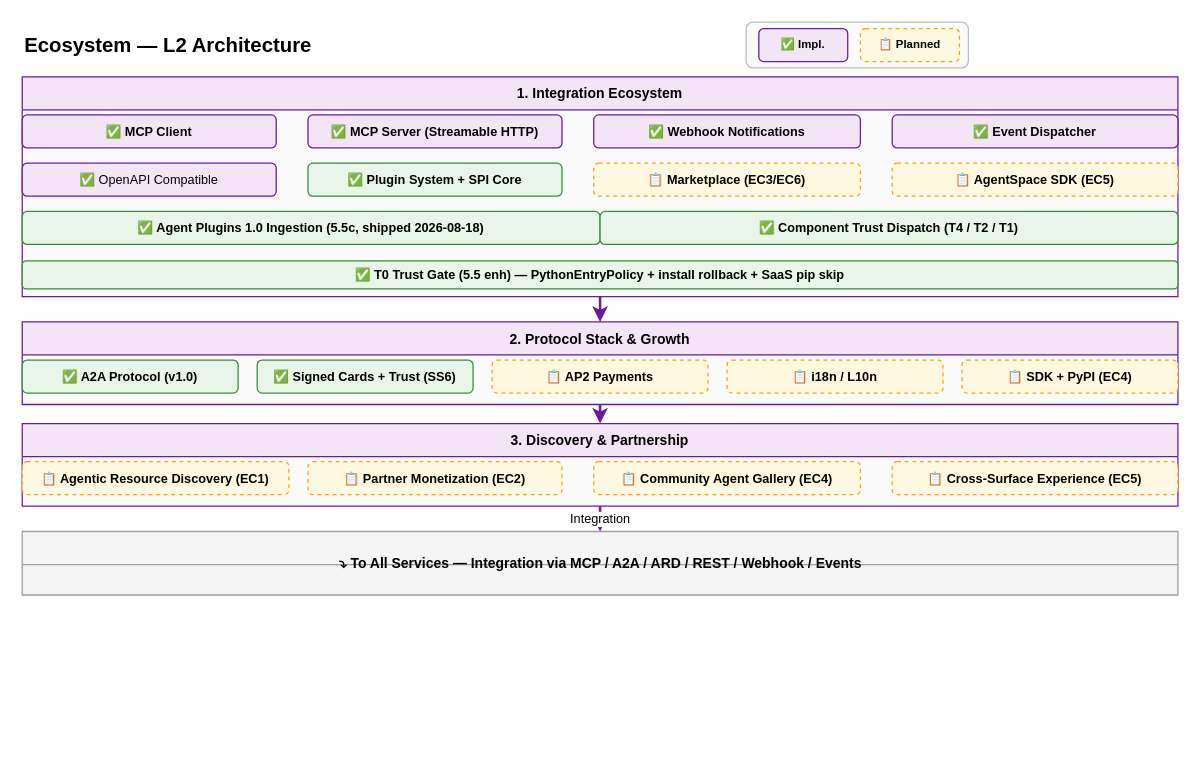
Above: docs/design/hardware/ecosystem-l2.drawio in xueyufish/hecate (draw.io), before the change. Source tidied: cells renumbered, new cells numbered last; positions are measured from the earlier drawing's top-left corner, leaving out a move shared by most shapes. Both pictures are drawn from the tidied source at 127%, with x=0, y=0 at pixel (22, 22).
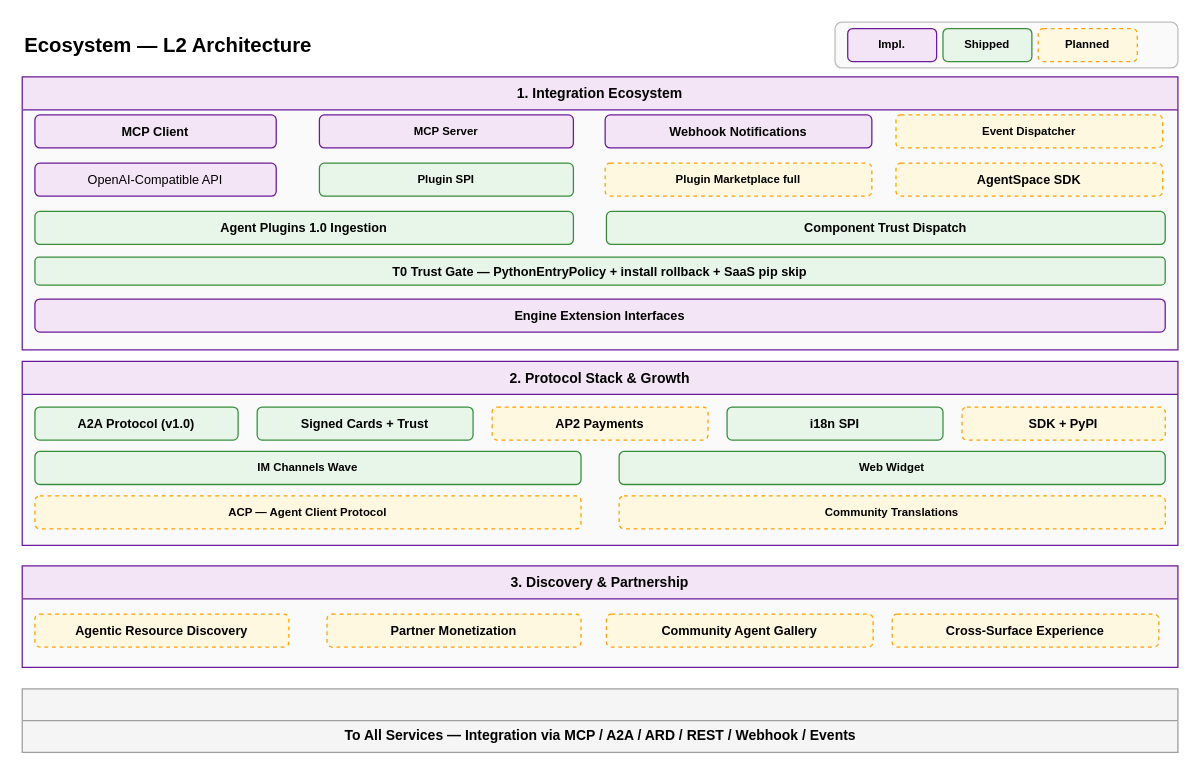
Above is the later version.

What changed in the source:
```diff
@@
     <mxCell id="2" style="rounded=1;whiteSpace=wrap;html=1;fillColor=#FAFAFA;strokeColor=#BDBDBD;strokeWidth=1;" parent="1" vertex="1">
-      <mxGeometry x="570" width="175" height="36" as="geometry" />
+      <mxGeometry x="640" width="270" height="36" as="geometry" />
     </mxCell>
-    <mxCell id="3" value="✅ Impl." style="rounded=1;whiteSpace=wrap;html=1;fillColor=#F3E5F5;strokeColor=#6A1B9A;fontSize=9;fontStyle=1;" parent="1" vertex="1">
-      <mxGeometry x="580" y="5" width="70" height="26" as="geometry" />
+    <mxCell id="3" value="Impl." style="rounded=1;whiteSpace=wrap;html=1;fillColor=#F3E5F5;strokeColor=#6A1B9A;fontSize=9;fontStyle=1;" parent="1" vertex="1">
+      <mxGeometry x="650" y="5" width="70" height="26" as="geometry" />
     </mxCell>
+    <mxCell id="34" value="Shipped" style="rounded=1;whiteSpace=wrap;html=1;fillColor=#E8F5E9;strokeColor=#388E3C;fontSize=9;fontStyle=1;" parent="1" vertex="1">
+      <mxGeometry x="725" y="5" width="70" height="26" as="geometry" />
+    </mxCell>
-    <mxCell id="4" value="📋 Planned" style="rounded=1;whiteSpace=wrap;html=1;fillColor=#FFF8E1;strokeColor=#FFA000;fontSize=9;fontStyle=1;dashed=1;" parent="1" vertex="1">
-      <mxGeometry x="660" y="5" width="78" height="26" as="geometry" />
+    <mxCell id="4" value="Planned" style="rounded=1;whiteSpace=wrap;html=1;fillColor=#FFF8E1;strokeColor=#FFA000;fontSize=9;fontStyle=1;dashed=1;" parent="1" vertex="1">
+      <mxGeometry x="800" y="5" width="78" height="26" as="geometry" />
     </mxCell>
@@
     <mxCell id="6" value="1. Integration Ecosystem" style="swimlane;startSize=26;fillColor=#F3E5F5;strokeColor=#6A1B9A;fontSize=11;fontStyle=1;swimlaneFillColor=#FAFAFA;" parent="1" vertex="1">
-      <mxGeometry y="43" width="910" height="173" as="geometry" />
+      <mxGeometry y="43" width="910" height="215" as="geometry" />
     </mxCell>
-    <mxCell id="7" value="✅ MCP Client" style="rounded=1;whiteSpace=wrap;html=1;fillColor=#F3E5F5;strokeColor=#6A1B9A;fontSize=10;fontStyle=1;" parent="6" vertex="1">
-      <mxGeometry y="30" width="200" height="26" as="geometry" />
+    <mxCell id="7" value="MCP Client" style="rounded=1;whiteSpace=wrap;html=1;fillColor=#F3E5F5;strokeColor=#6A1B9A;fontSize=10;fontStyle=1;" parent="6" vertex="1">
+      <mxGeometry x="10" y="30" width="190" height="26" as="geometry" />
     </mxCell>
-    <mxCell id="8" value="✅ MCP Server (Streamable HTTP)" style="rounded=1;whiteSpace=wrap;html=1;fillColor=#F3E5F5;strokeColor=#6A1B9A;fontSize=10;fontStyle=1;" parent="6" vertex="1">
-      <mxGeometry x="225" y="30" width="200" height="26" as="geometry" />
+    <mxCell id="8" value="MCP Server" style="rounded=1;whiteSpace=wrap;html=1;fillColor=#F3E5F5;strokeColor=#6A1B9A;fontSize=9;fontStyle=1;" parent="6" vertex="1">
+      <mxGeometry x="234" y="30" width="200" height="26" as="geometry" />
     </mxCell>
-    <mxCell id="9" value="✅ Webhook Notifications" style="rounded=1;whiteSpace=wrap;html=1;fillColor=#F3E5F5;strokeColor=#6A1B9A;fontSize=10;fontStyle=1;" parent="6" vertex="1">
-      <mxGeometry x="450" y="30" width="210" height="26" as="geometry" />
+    <mxCell id="9" value="Webhook Notifications" style="rounded=1;whiteSpace=wrap;html=1;fillColor=#F3E5F5;strokeColor=#6A1B9A;fontSize=10;fontStyle=1;" parent="6" vertex="1">
+      <mxGeometry x="459" y="30" width="210" height="26" as="geometry" />
     </mxCell>
-    <mxCell id="10" value="✅ Event Dispatcher" style="rounded=1;whiteSpace=wrap;html=1;fillColor=#F3E5F5;strokeColor=#6A1B9A;fontSize=10;fontStyle=1;" parent="6" vertex="1">
-      <mxGeometry x="685" y="30" width="225" height="26" as="geometry" />
+    <mxCell id="10" value="Event Dispatcher" style="rounded=1;whiteSpace=wrap;html=1;fillColor=#FFF8E1;strokeColor=#FFA000;fontSize=9;fontStyle=1;dashed=1;" parent="6" vertex="1">
+      <mxGeometry x="688" y="30" width="210" height="26" as="geometry" />
     </mxCell>
-    <mxCell id="11" value="✅ OpenAPI Compatible" style="rounded=1;whiteSpace=wrap;html=1;fillColor=#F3E5F5;strokeColor=#6A1B9A;fontSize=10;" parent="6" vertex="1">
-      <mxGeometry y="68" width="200" height="26" as="geometry" />
+    <mxCell id="11" value="OpenAI-Compatible API" style="rounded=1;whiteSpace=wrap;html=1;fillColor=#F3E5F5;strokeColor=#6A1B9A;fontSize=10;" parent="6" vertex="1">
+      <mxGeometry x="10" y="68" width="190" height="26" as="geometry" />
     </mxCell>
-    <mxCell id="12" value="✅ Plugin System + SPI Core" style="rounded=1;whiteSpace=wrap;html=1;fillColor=#E8F5E9;strokeColor=#388E3C;fontSize=10;fontStyle=1;" parent="6" vertex="1">
-      <mxGeometry x="225" y="68" width="200" height="26" as="geometry" />
+    <mxCell id="12" value="Plugin SPI" style="rounded=1;whiteSpace=wrap;html=1;fillColor=#E8F5E9;strokeColor=#388E3C;fontSize=9;fontStyle=1;" parent="6" vertex="1">
+      <mxGeometry x="234" y="68" width="200" height="26" as="geometry" />
     </mxCell>
-    <mxCell id="13" value="📋 Marketplace (EC3/EC6)" style="rounded=1;whiteSpace=wrap;html=1;fillColor=#FFF8E1;strokeColor=#FFA000;fontSize=10;fontStyle=1;dashed=1;" parent="6" vertex="1">
-      <mxGeometry x="450" y="68" width="210" height="26" as="geometry" />
+    <mxCell id="13" value="Plugin Marketplace full" style="rounded=1;whiteSpace=wrap;html=1;fillColor=#FFF8E1;strokeColor=#FFA000;fontSize=9;fontStyle=1;dashed=1;" parent="6" vertex="1">
+      <mxGeometry x="459" y="68" width="210" height="26" as="geometry" />
     </mxCell>
-    <mxCell id="14" value="📋 AgentSpace SDK (EC5)" style="rounded=1;whiteSpace=wrap;html=1;fillColor=#FFF8E1;strokeColor=#FFA000;fontSize=10;fontStyle=1;dashed=1;" parent="6" vertex="1">
-      <mxGeometry x="685" y="68" width="225" height="26" as="geometry" />
+    <mxCell id="14" value="AgentSpace SDK" style="rounded=1;whiteSpace=wrap;html=1;fillColor=#FFF8E1;strokeColor=#FFA000;fontSize=10;fontStyle=1;dashed=1;" parent="6" vertex="1">
+      <mxGeometry x="688" y="68" width="210" height="26" as="geometry" />
     </mxCell>
-    <mxCell id="15" value="✅ Agent Plugins 1.0 Ingestion (5.5c, shipped 2026-08-18)" style="rounded=1;whiteSpace=wrap;html=1;fillColor=#E8F5E9;strokeColor=#388E3C;fontSize=10;fontStyle=1;" parent="6" vertex="1">
-      <mxGeometry y="106" width="455" height="26" as="geometry" />
+    <mxCell id="15" value="Agent Plugins 1.0 Ingestion" style="rounded=1;whiteSpace=wrap;html=1;fillColor=#E8F5E9;strokeColor=#388E3C;fontSize=10;fontStyle=1;" parent="6" vertex="1">
+      <mxGeometry x="10" y="106" width="424" height="26" as="geometry" />
     </mxCell>
-    <mxCell id="16" value="✅ Component Trust Dispatch (T4 / T2 / T1)" style="rounded=1;whiteSpace=wrap;html=1;fillColor=#E8F5E9;strokeColor=#388E3C;fontSize=10;fontStyle=1;" parent="6" vertex="1">
-      <mxGeometry x="455" y="106" width="455" height="26" as="geometry" />
+    <mxCell id="16" value="Component Trust Dispatch" style="rounded=1;whiteSpace=wrap;html=1;fillColor=#E8F5E9;strokeColor=#388E3C;fontSize=10;fontStyle=1;" parent="6" vertex="1">
+      <mxGeometry x="460" y="106" width="440" height="26" as="geometry" />
     </mxCell>
-    <mxCell id="17" value="✅ T0 Trust Gate (5.5 enh) — PythonEntryPolicy + install rollback + SaaS pip skip" style="rounded=1;whiteSpace=wrap;html=1;fillColor=#E8F5E9;strokeColor=#388E3C;fontSize=10;fontStyle=1;" parent="6" vertex="1">
-      <mxGeometry y="145" width="910" height="22" as="geometry" />
+    <mxCell id="17" value="T0 Trust Gate — PythonEntryPolicy + install rollback + SaaS pip skip" style="rounded=1;whiteSpace=wrap;html=1;fillColor=#E8F5E9;strokeColor=#388E3C;fontSize=10;fontStyle=1;" parent="6" vertex="1">
+      <mxGeometry x="10" y="142" width="890" height="22" as="geometry" />
     </mxCell>
+    <mxCell id="35" value="Engine Extension Interfaces" style="rounded=1;whiteSpace=wrap;html=1;fillColor=#F3E5F5;strokeColor=#6A1B9A;fontSize=10;fontStyle=1;" parent="6" vertex="1">
+      <mxGeometry x="10" y="175" width="890" height="26" as="geometry" />
+    </mxCell>
     <mxCell id="18" value="2. Protocol Stack &amp; Growth" style="swimlane;startSize=26;fillColor=#F3E5F5;strokeColor=#6A1B9A;fontSize=11;fontStyle=1;swimlaneFillColor=#FAFAFA;" parent="1" vertex="1">
-      <mxGeometry y="236" width="910" height="65" as="geometry" />
+      <mxGeometry y="267" width="910" height="145" as="geometry" />
     </mxCell>
-    <mxCell id="19" value="✅ A2A Protocol (v1.0)" style="rounded=1;whiteSpace=wrap;html=1;fillColor=#E8F5E9;strokeColor=#388E3C;fontSize=10;fontStyle=1;" parent="18" vertex="1">
-      <mxGeometry y="30" width="170" height="26" as="geometry" />
+    <mxCell id="19" value="A2A Protocol (v1.0)" style="rounded=1;whiteSpace=wrap;html=1;fillColor=#E8F5E9;strokeColor=#388E3C;fontSize=10;fontStyle=1;" parent="18" vertex="1">
+      <mxGeometry x="10" y="36" width="160" height="26" as="geometry" />
     </mxCell>
-    <mxCell id="20" value="✅ Signed Cards + Trust (SS6)" style="rounded=1;whiteSpace=wrap;html=1;fillColor=#E8F5E9;strokeColor=#388E3C;fontSize=10;fontStyle=1;" parent="18" vertex="1">
-      <mxGeometry x="185" y="30" width="170" height="26" as="geometry" />
+    <mxCell id="20" value="Signed Cards + Trust" style="rounded=1;whiteSpace=wrap;html=1;fillColor=#E8F5E9;strokeColor=#388E3C;fontSize=10;fontStyle=1;" parent="18" vertex="1">
+      <mxGeometry x="185" y="36" width="170" height="26" as="geometry" />
     </mxCell>
-    <mxCell id="21" value="📋 AP2 Payments" style="rounded=1;whiteSpace=wrap;html=1;fillColor=#FFF8E1;strokeColor=#FFA000;fontSize=10;fontStyle=1;dashed=1;" parent="18" vertex="1">
-      <mxGeometry x="370" y="30" width="170" height="26" as="geometry" />
+    <mxCell id="21" value="AP2 Payments" style="rounded=1;whiteSpace=wrap;html=1;fillColor=#FFF8E1;strokeColor=#FFA000;fontSize=10;fontStyle=1;dashed=1;" parent="18" vertex="1">
+      <mxGeometry x="370" y="36" width="170" height="26" as="geometry" />
     </mxCell>
-    <mxCell id="22" value="📋 i18n / L10n" style="rounded=1;whiteSpace=wrap;html=1;fillColor=#FFF8E1;strokeColor=#FFA000;fontSize=10;fontStyle=1;dashed=1;" parent="18" vertex="1">
-      <mxGeometry x="555" y="30" width="170" height="26" as="geometry" />
+    <mxCell id="22" value="i18n SPI" style="rounded=1;whiteSpace=wrap;html=1;fillColor=#E8F5E9;strokeColor=#388E3C;fontSize=10;fontStyle=1;" parent="18" vertex="1">
+      <mxGeometry x="555" y="36" width="170" height="26" as="geometry" />
     </mxCell>
-    <mxCell id="23" value="📋 SDK + PyPI (EC4)" style="rounded=1;whiteSpace=wrap;html=1;fillColor=#FFF8E1;strokeColor=#FFA000;fontSize=10;fontStyle=1;dashed=1;" parent="18" vertex="1">
-      <mxGeometry x="740" y="30" width="170" height="26" as="geometry" />
+    <mxCell id="23" value="SDK + PyPI" style="rounded=1;whiteSpace=wrap;html=1;fillColor=#FFF8E1;strokeColor=#FFA000;fontSize=10;fontStyle=1;dashed=1;" parent="18" vertex="1">
+      <mxGeometry x="740" y="36" width="160" height="26" as="geometry" />
     </mxCell>
+    <mxCell id="36" value="IM Channels Wave" style="rounded=1;whiteSpace=wrap;html=1;fillColor=#E8F5E9;strokeColor=#388E3C;fontSize=9;fontStyle=1;" parent="18" vertex="1">
+      <mxGeometry x="10" y="71" width="430" height="26" as="geometry" />
+    </mxCell>
+    <mxCell id="37" value="Web Widget" style="rounded=1;whiteSpace=wrap;html=1;fillColor=#E8F5E9;strokeColor=#388E3C;fontSize=9;fontStyle=1;" parent="18" vertex="1">
+      <mxGeometry x="470" y="71" width="430" height="26" as="geometry" />
+    </mxCell>
+    <mxCell id="38" value="ACP — Agent Client Protocol" style="rounded=1;whiteSpace=wrap;html=1;fillColor=#FFF8E1;strokeColor=#FFA000;fontSize=9;fontStyle=1;dashed=1;" parent="18" vertex="1">
+      <mxGeometry x="10" y="106" width="430" height="26" as="geometry" />
+    </mxCell>
+    <mxCell id="39" value="Community Translations" style="rounded=1;whiteSpace=wrap;html=1;fillColor=#FFF8E1;strokeColor=#FFA000;fontSize=9;fontStyle=1;dashed=1;" parent="18" vertex="1">
+      <mxGeometry x="470" y="106" width="430" height="26" as="geometry" />
+    </mxCell>
     <mxCell id="24" value="3. Discovery &amp; Partnership" style="swimlane;startSize=26;fillColor=#F3E5F5;strokeColor=#6A1B9A;fontSize=11;fontStyle=1;swimlaneFillColor=#FAFAFA;" parent="1" vertex="1">
-      <mxGeometry y="316" width="910" height="65" as="geometry" />
+      <mxGeometry y="428" width="910" height="80" as="geometry" />
     </mxCell>
-    <mxCell id="25" value="📋 Agentic Resource Discovery (EC1)" style="rounded=1;whiteSpace=wrap;html=1;fillColor=#FFF8E1;strokeColor=#FFA000;fontSize=10;fontStyle=1;dashed=1;" parent="24" vertex="1">
-      <mxGeometry y="30" width="210" height="26" as="geometry" />
+    <mxCell id="25" value="Agentic Resource Discovery" style="rounded=1;whiteSpace=wrap;html=1;fillColor=#FFF8E1;strokeColor=#FFA000;fontSize=10;fontStyle=1;dashed=1;" parent="24" vertex="1">
+      <mxGeometry x="10" y="38" width="200" height="26" as="geometry" />
     </mxCell>
-    <mxCell id="26" value="📋 Partner Monetization (EC2)" style="rounded=1;whiteSpace=wrap;html=1;fillColor=#FFF8E1;strokeColor=#FFA000;fontSize=10;fontStyle=1;dashed=1;" parent="24" vertex="1">
-      <mxGeometry x="225" y="30" width="200" height="26" as="geometry" />
+    <mxCell id="26" value="Partner Monetization" style="rounded=1;whiteSpace=wrap;html=1;fillColor=#FFF8E1;strokeColor=#FFA000;fontSize=10;fontStyle=1;dashed=1;" parent="24" vertex="1">
+      <mxGeometry x="240" y="38" width="200" height="26" as="geometry" />
     </mxCell>
-    <mxCell id="27" value="📋 Community Agent Gallery (EC4)" style="rounded=1;whiteSpace=wrap;html=1;fillColor=#FFF8E1;strokeColor=#FFA000;fontSize=10;fontStyle=1;dashed=1;" parent="24" vertex="1">
-      <mxGeometry x="450" y="30" width="210" height="26" as="geometry" />
+    <mxCell id="27" value="Community Agent Gallery" style="rounded=1;whiteSpace=wrap;html=1;fillColor=#FFF8E1;strokeColor=#FFA000;fontSize=10;fontStyle=1;dashed=1;" parent="24" vertex="1">
+      <mxGeometry x="460" y="38" width="210" height="26" as="geometry" />
     </mxCell>
-    <mxCell id="28" value="📋 Cross-Surface Experience (EC5)" style="rounded=1;whiteSpace=wrap;html=1;fillColor=#FFF8E1;strokeColor=#FFA000;fontSize=10;fontStyle=1;dashed=1;" parent="24" vertex="1">
-      <mxGeometry x="685" y="30" width="225" height="26" as="geometry" />
+    <mxCell id="28" value="Cross-Surface Experience" style="rounded=1;whiteSpace=wrap;html=1;fillColor=#FFF8E1;strokeColor=#FFA000;fontSize=10;fontStyle=1;dashed=1;" parent="24" vertex="1">
+      <mxGeometry x="685" y="38" width="210" height="26" as="geometry" />
     </mxCell>
-    <mxCell id="29" style="swimlane;startSize=26;fillColor=#F5F5F5;strokeColor=#9E9E9E;fontSize=11;fontStyle=1;swimlaneFillColor=#F5F5F5;" parent="1" vertex="1">
-      <mxGeometry y="401" width="910" height="50" as="geometry" />
+    <mxCell id="29" style="swimlane;startSize=25;fillColor=#F5F5F5;strokeColor=#9E9E9E;fontSize=11;fontStyle=1;swimlaneFillColor=#F5F5F5;" parent="1" vertex="1">
+      <mxGeometry y="525" width="910" height="50" as="geometry" />
     </mxCell>
-    <mxCell id="30" value="⤵  To All Services — Integration via MCP / A2A / ARD / REST / Webhook / Events" style="text;html=1;fontSize=11;fontStyle=1;align=center;verticalAlign=middle;fillColor=none;strokeColor=none;" parent="29" vertex="1">
-      <mxGeometry x="105" y="5" width="700" height="40" as="geometry" />
+    <mxCell id="30" value="To All Services — Integration via MCP / A2A / ARD / REST / Webhook / Events" style="text;html=1;fontSize=11;fontStyle=1;align=center;verticalAlign=middle;fillColor=none;strokeColor=none;" parent="29" vertex="1">
+      <mxGeometry x="105" y="24" width="700" height="26" as="geometry" />
     </mxCell>
-    <mxCell id="31" style="edgeStyle=orthogonalEdgeStyle;rounded=1;jettySize=auto;html=1;strokeColor=#6A1B9A;strokeWidth=2;exitX=0.5;exitY=1;exitDx=0;exitDy=0;entryX=0.5;entryY=0;entryDx=0;entryDy=0;" parent="1" edge="1" source="6" target="18">
-      <mxGeometry relative="1" as="geometry" />
-    </mxCell>
-    <mxCell id="32" style="edgeStyle=orthogonalEdgeStyle;rounded=1;jettySize=auto;html=1;strokeColor=#6A1B9A;strokeWidth=2;exitX=0.5;exitY=1;exitDx=0;exitDy=0;entryX=0.5;entryY=0;entryDx=0;entryDy=0;" parent="1" edge="1" source="18" target="24">
-      <mxGeometry relative="1" as="geometry" />
-    </mxCell>
-    <mxCell id="33" value="Integration" style="edgeStyle=orthogonalEdgeStyle;rounded=1;jettySize=auto;html=1;strokeColor=#6A1B9A;strokeWidth=2;fontSize=10;exitX=0.5;exitY=1;exitDx=0;exitDy=0;entryX=0.5;entryY=0;entryDx=0;entryDy=0;" parent="1" edge="1" source="24" target="29">
-      <mxGeometry relative="1" as="geometry" />
-    </mxCell>
```
